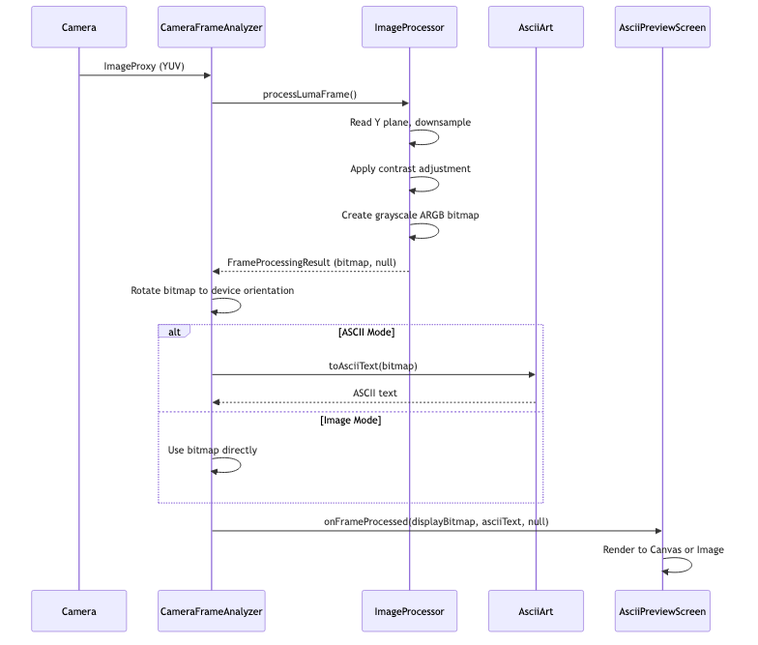
Above: docs/sequence-grayscale.png in replicant1/AsciiArt (Mermaid), before the change. Its source is kept beside it as docs/sequence-grayscale.mmd.
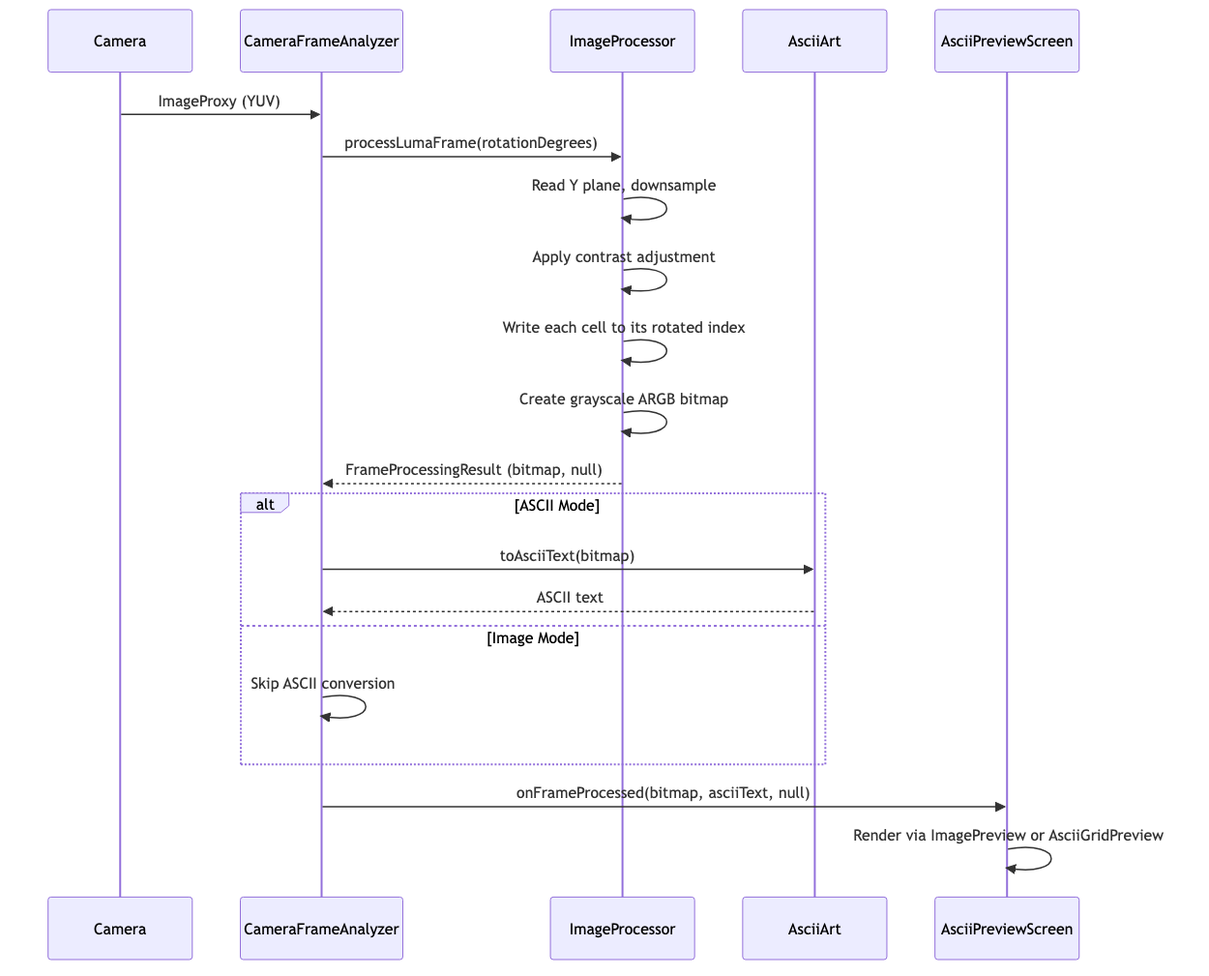
After the commit.

Change to the diagram source:
```diff
@@ -6,17 +6,17 @@
     participant UI as AsciiPreviewScreen
 
     Camera->>CFA: ImageProxy (YUV)
-    CFA->>IP: processLumaFrame()
+    CFA->>IP: processLumaFrame(rotationDegrees)
     IP->>IP: Read Y plane, downsample
     IP->>IP: Apply contrast adjustment
+    IP->>IP: Write each cell to its rotated index
     IP->>IP: Create grayscale ARGB bitmap
     IP-->>CFA: FrameProcessingResult (bitmap, null)
-    CFA->>CFA: Rotate bitmap to device orientation
     alt ASCII Mode
         CFA->>AA: toAsciiText(bitmap)
         AA-->>CFA: ASCII text
     else Image Mode
-        CFA->>CFA: Use bitmap directly
+        CFA->>CFA: Skip ASCII conversion
     end
-    CFA->>UI: onFrameProcessed(displayBitmap, asciiText, null)
-    UI->>UI: Render to Canvas or Image
+    CFA->>UI: onFrameProcessed(bitmap, asciiText, null)
+    UI->>UI: Render via ImagePreview or AsciiGridPreview
```
